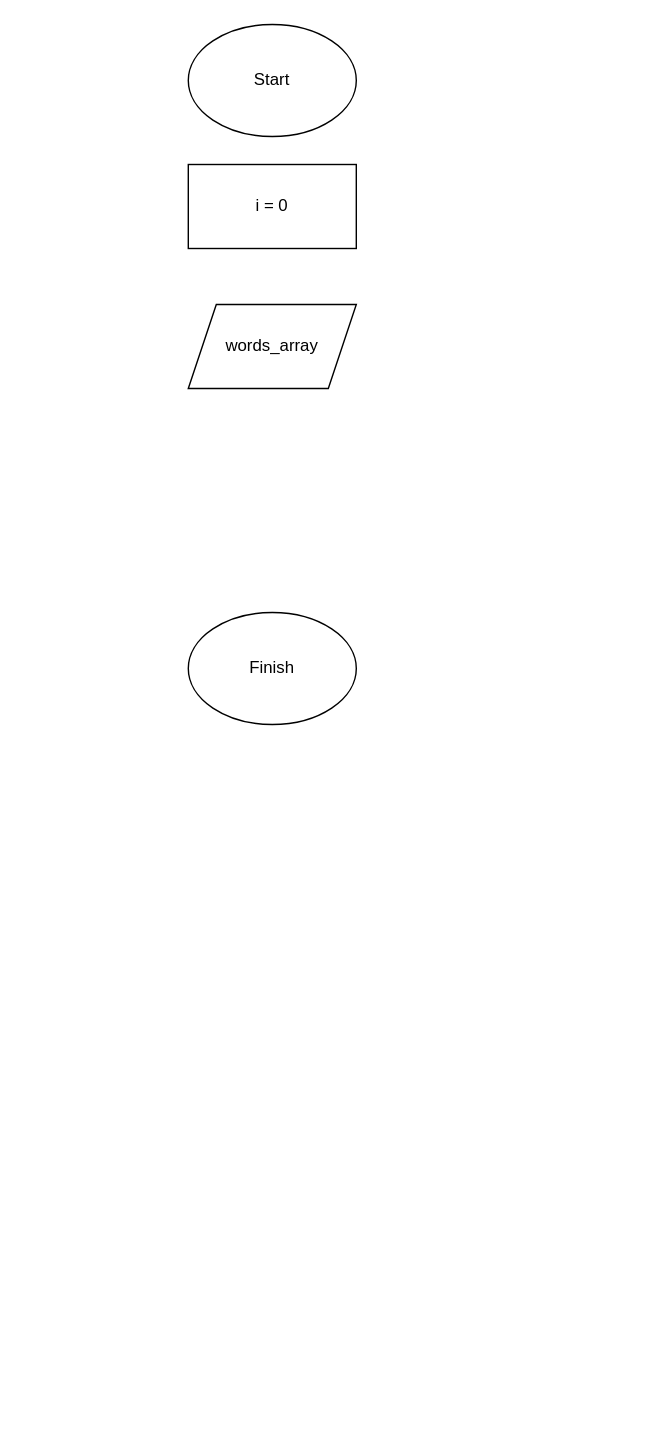
The draw.io diagram Блок-схема алгоритма программы.drawio in nixprosoft/gb_exam_1, before the edit. Source tidied: cells renumbered, new cells numbered last; positions are measured from the earlier drawing's top-left corner, leaving out a move shared by most shapes. Both pictures are drawn from the tidied source at 140%, with x=0, y=0 at pixel (188, 24).
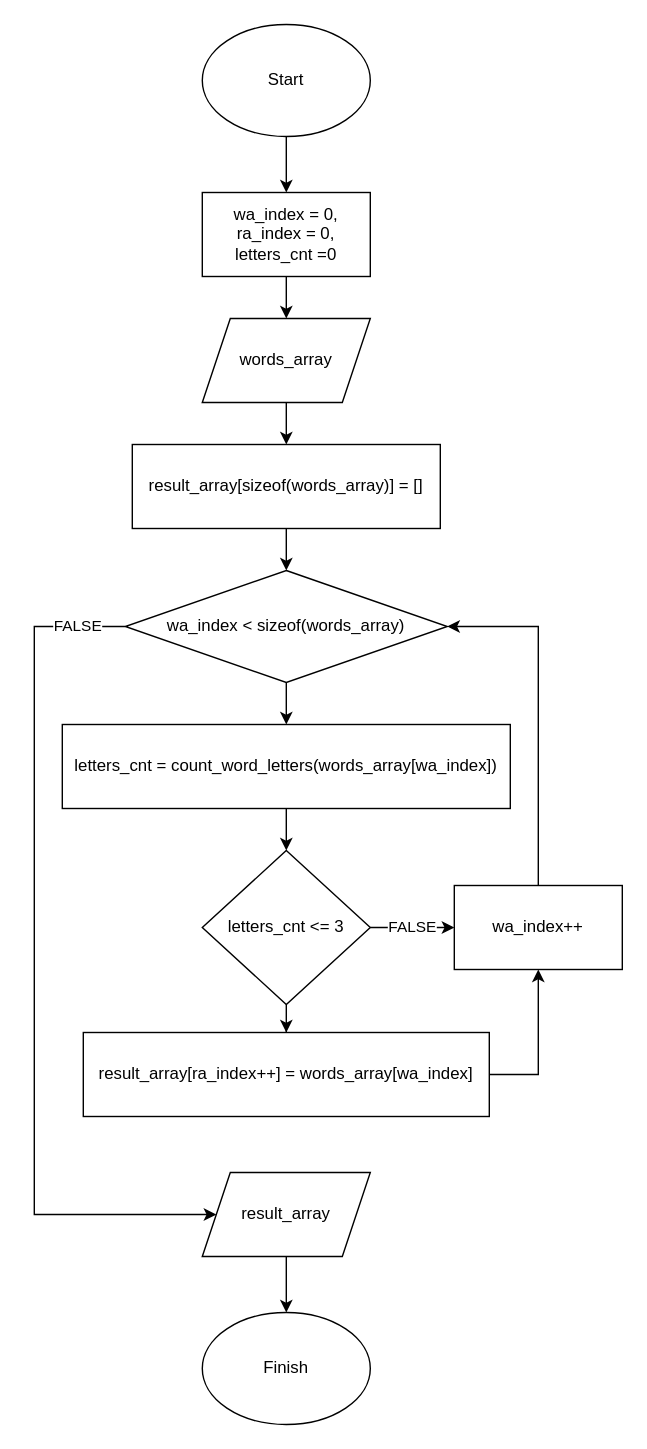
Above is the later version.

What changed in the source:
```diff
@@
+    <mxCell id="6" style="edgeStyle=orthogonalEdgeStyle;rounded=0;jettySize=auto;html=1;entryX=0.5;entryY=0;entryDx=0;entryDy=0;" parent="1" edge="1" source="2" target="4">
+      <mxGeometry relative="1" as="geometry" />
+    </mxCell>
     <mxCell id="2" value="Start" style="ellipse;whiteSpace=wrap;html=1;" parent="1" vertex="1">
-      <mxGeometry width="120" height="80" as="geometry" />
+      <mxGeometry x="10" width="120" height="80" as="geometry" />
     </mxCell>
     <mxCell id="3" value="Finish" style="ellipse;whiteSpace=wrap;html=1;" parent="1" vertex="1">
-      <mxGeometry y="420" width="120" height="80" as="geometry" />
+      <mxGeometry x="10" y="920" width="120" height="80" as="geometry" />
     </mxCell>
+    <mxCell id="7" style="edgeStyle=orthogonalEdgeStyle;rounded=0;jettySize=auto;html=1;" parent="1" edge="1" source="4" target="5">
+      <mxGeometry relative="1" as="geometry" />
+    </mxCell>
-    <mxCell id="4" value="i = 0" style="rounded=0;whiteSpace=wrap;html=1;" parent="1" vertex="1">
-      <mxGeometry y="100" width="120" height="60" as="geometry" />
+    <mxCell id="4" value="wa_index = 0,&lt;br&gt;ra_index = 0,&lt;div&gt;letters_cnt =0&lt;br&gt;&lt;/div&gt;" style="rounded=0;whiteSpace=wrap;html=1;" parent="1" vertex="1">
+      <mxGeometry x="10" y="120" width="120" height="60" as="geometry" />
     </mxCell>
+    <mxCell id="8" style="edgeStyle=orthogonalEdgeStyle;rounded=0;jettySize=auto;html=1;entryX=0.5;entryY=0;entryDx=0;entryDy=0;" parent="1" edge="1" source="5" target="24">
+      <mxGeometry relative="1" as="geometry" />
+    </mxCell>
     <mxCell id="5" value="words_array" style="shape=parallelogram;perimeter=parallelogramPerimeter;whiteSpace=wrap;html=1;fixedSize=1;" parent="1" vertex="1">
-      <mxGeometry y="200" width="120" height="60" as="geometry" />
+      <mxGeometry x="10" y="210" width="120" height="60" as="geometry" />
     </mxCell>
+    <mxCell id="9" style="edgeStyle=orthogonalEdgeStyle;rounded=0;jettySize=auto;html=1;" parent="1" edge="1" source="10" target="3">
+      <mxGeometry relative="1" as="geometry" />
+    </mxCell>
+    <mxCell id="10" value="result_array" style="shape=parallelogram;perimeter=parallelogramPerimeter;whiteSpace=wrap;html=1;fixedSize=1;" parent="1" vertex="1">
+      <mxGeometry x="10" y="820" width="120" height="60" as="geometry" />
+    </mxCell>
+    <mxCell id="11" style="edgeStyle=orthogonalEdgeStyle;rounded=0;jettySize=auto;html=1;entryX=0.5;entryY=0;entryDx=0;entryDy=0;" parent="1" edge="1" source="12" target="15">
+      <mxGeometry relative="1" as="geometry" />
+    </mxCell>
+    <mxCell id="12" value="letters_cnt = count_word_letters(words_array[wa_index])" style="rounded=0;whiteSpace=wrap;html=1;" parent="1" vertex="1">
+      <mxGeometry x="-90" y="500" width="320" height="60" as="geometry" />
+    </mxCell>
+    <mxCell id="13" style="edgeStyle=orthogonalEdgeStyle;rounded=0;jettySize=auto;html=1;" parent="1" edge="1" source="15" target="17">
+      <mxGeometry relative="1" as="geometry" />
+    </mxCell>
+    <mxCell id="14" value="FALSE" style="edgeStyle=orthogonalEdgeStyle;rounded=0;jettySize=auto;html=1;" parent="1" edge="1" source="15" target="19">
+      <mxGeometry relative="1" as="geometry" />
+    </mxCell>
+    <mxCell id="15" value="letters_cnt &amp;lt;= 3" style="rhombus;whiteSpace=wrap;html=1;" parent="1" vertex="1">
+      <mxGeometry x="10" y="590" width="120" height="110" as="geometry" />
+    </mxCell>
+    <mxCell id="16" style="edgeStyle=orthogonalEdgeStyle;rounded=0;jettySize=auto;html=1;entryX=0.5;entryY=1;entryDx=0;entryDy=0;exitX=1;exitY=0.5;exitDx=0;exitDy=0;" parent="1" edge="1" source="17" target="19">
+      <mxGeometry relative="1" as="geometry" />
+    </mxCell>
+    <mxCell id="17" value="result_array[ra_index++] = words_array[wa_index]" style="rounded=0;whiteSpace=wrap;html=1;" parent="1" vertex="1">
+      <mxGeometry x="-75" y="720" width="290" height="60" as="geometry" />
+    </mxCell>
+    <mxCell id="18" style="edgeStyle=orthogonalEdgeStyle;rounded=0;jettySize=auto;html=1;entryX=1;entryY=0.5;entryDx=0;entryDy=0;exitX=0.5;exitY=0;exitDx=0;exitDy=0;" parent="1" edge="1" source="19" target="22">
+      <mxGeometry relative="1" as="geometry" />
+    </mxCell>
+    <mxCell id="19" value="wa_index++" style="rounded=0;whiteSpace=wrap;html=1;" parent="1" vertex="1">
+      <mxGeometry x="190" y="615" width="120" height="60" as="geometry" />
+    </mxCell>
+    <mxCell id="20" style="edgeStyle=orthogonalEdgeStyle;rounded=0;jettySize=auto;html=1;entryX=0.5;entryY=0;entryDx=0;entryDy=0;" parent="1" edge="1" source="22" target="12">
+      <mxGeometry relative="1" as="geometry" />
+    </mxCell>
+    <mxCell id="21" value="FALSE" style="edgeStyle=orthogonalEdgeStyle;rounded=0;jettySize=auto;html=1;entryX=0;entryY=0.5;entryDx=0;entryDy=0;exitX=0;exitY=0.5;exitDx=0;exitDy=0;" parent="1" edge="1" source="22" target="10">
+      <mxGeometry x="-0.89" relative="1" as="geometry">
+        <Array as="points">
+          <mxPoint x="-110" y="430" />
+          <mxPoint x="-110" y="850" />
+        </Array>
+      </mxGeometry>
+    </mxCell>
+    <mxCell id="22" value="wa_index &amp;lt; sizeof(words_array)" style="rhombus;whiteSpace=wrap;html=1;" parent="1" vertex="1">
+      <mxGeometry x="-45" y="390" width="230" height="80" as="geometry" />
+    </mxCell>
+    <mxCell id="23" style="edgeStyle=orthogonalEdgeStyle;rounded=0;jettySize=auto;html=1;" parent="1" edge="1" source="24" target="22">
+      <mxGeometry relative="1" as="geometry" />
+    </mxCell>
+    <mxCell id="24" value="result_array[sizeof(words_array)]&amp;nbsp;= []" style="rounded=0;whiteSpace=wrap;html=1;" parent="1" vertex="1">
+      <mxGeometry x="-40" y="300" width="220" height="60" as="geometry" />
+    </mxCell>
```
